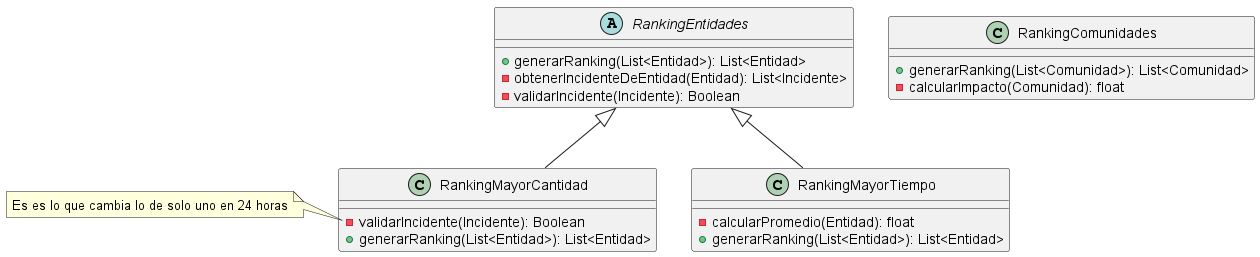
The PlantUML diagram out/Entregables/DiagramaRankings/GenerarRankings.png in AndyTrias/comunidades-apoyo-movilidad-reducida-, before a commit. Source of this version:
```plantuml
@startuml GenerarRankings



abstract RankingEntidades {
    + generarRanking(List<Entidad>): List<Entidad>
    - obtenerIncidenteDeEntidad(Entidad): List<Incidente>
    - validarIncidente(Incidente): Boolean
}

class RankingMayorCantidad extends RankingEntidades {
    - validarIncidente(Incidente): Boolean
    + generarRanking(List<Entidad>): List<Entidad>
}

note left of RankingMayorCantidad::validarIncidente
    Es es lo que cambia lo de solo uno en 24 horas
end note



class RankingMayorTiempo extends RankingEntidades {
    - calcularPromedio(Entidad): float
    + generarRanking(List<Entidad>): List<Entidad>
}

class RankingComunidades {
    + generarRanking(List<Comunidad>): List<Comunidad>
    - calcularImpacto(Comunidad): float
}




@enduml
```
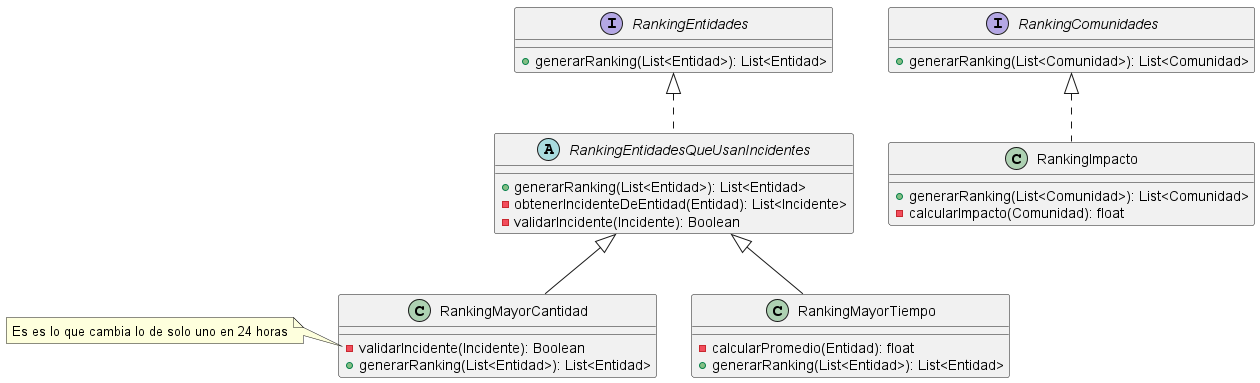
Later version of the same file.

Diff of the diagram source:
```diff
@@ -2,13 +2,13 @@
 
 
 
-abstract RankingEntidades {
+abstract RankingEntidadesQueUsanIncidentes implements RankingEntidades{
     + generarRanking(List<Entidad>): List<Entidad>
     - obtenerIncidenteDeEntidad(Entidad): List<Incidente>
     - validarIncidente(Incidente): Boolean
 }
 
-class RankingMayorCantidad extends RankingEntidades {
+class RankingMayorCantidad extends RankingEntidadesQueUsanIncidentes {
     - validarIncidente(Incidente): Boolean
     + generarRanking(List<Entidad>): List<Entidad>
 }
@@ -19,17 +19,23 @@
 
 
 
-class RankingMayorTiempo extends RankingEntidades {
+class RankingMayorTiempo extends RankingEntidadesQueUsanIncidentes {
     - calcularPromedio(Entidad): float
     + generarRanking(List<Entidad>): List<Entidad>
 }
 
-class RankingComunidades {
+class RankingImpacto implements RankingComunidades {
     + generarRanking(List<Comunidad>): List<Comunidad>
     - calcularImpacto(Comunidad): float
 }
 
+interface RankingEntidades {
+    + generarRanking(List<Entidad>): List<Entidad>
+}
 
+interface RankingComunidades {
+    + generarRanking(List<Comunidad>): List<Comunidad>
+}
 
 
 @enduml
```
